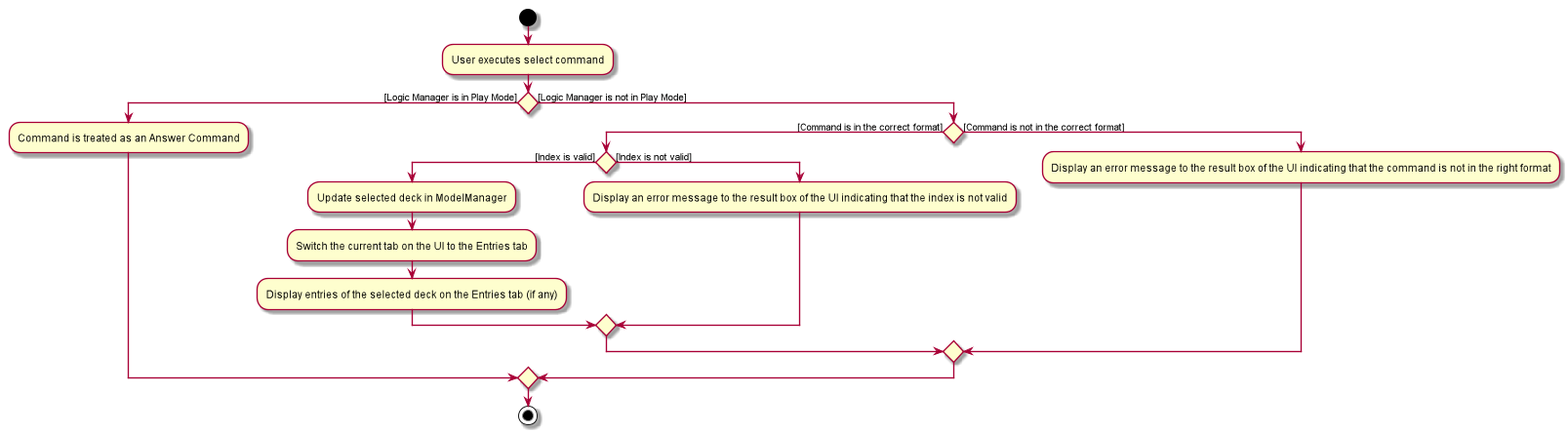
Before: docs/images/SelectActivityDiagram.png, a diagram exported from PlantUML (vigneshbhuvan-nus/tp). Its diagram source:
```plantuml
@startuml
start
:User executes select command;
if() then ([Logic Manager is in Play Mode])
:Command is treated as an Answer Command;
else([Logic Manager is not in Play Mode])
if() then([Command is in the correct format])
if() then([Index is valid])
:Update selected deck in ModelManager;
:Switch the current tab on the UI to the Entries tab;
:Display entries of the selected deck on the Entries tab (if any);
else([Index is not valid])
:Display an error message to the result box of the UI indicating that the index is not valid;
endif
else([Command is not in the correct format])
:Display an error message to the result box of the UI indicating that the command is not in the right format;
endif
endif
stop
@enduml
```
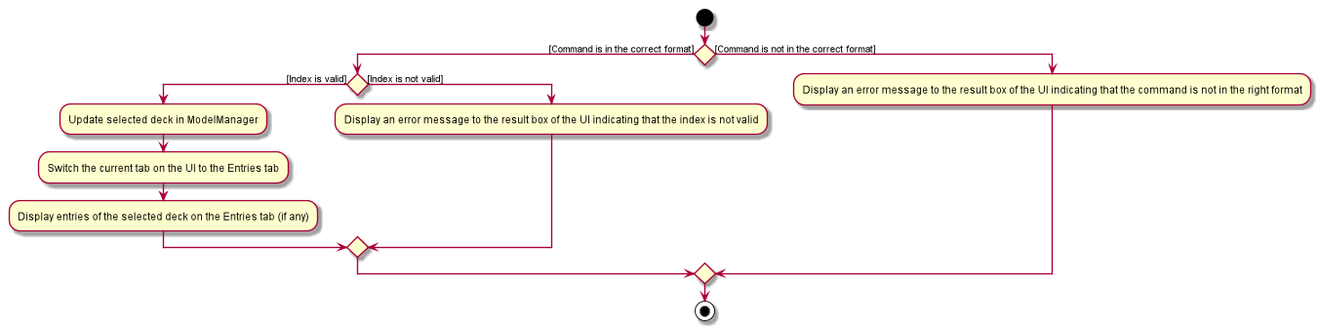
Later version of the same file.

Diff of the diagram source:
```diff
@@ -1,9 +1,5 @@
 @startuml
 start
-:User executes select command;
-if() then ([Logic Manager is in Play Mode])
-:Command is treated as an Answer Command;
-else([Logic Manager is not in Play Mode])
 if() then([Command is in the correct format])
 if() then([Index is valid])
 :Update selected deck in ModelManager;
@@ -15,6 +11,5 @@
 else([Command is not in the correct format])
 :Display an error message to the result box of the UI indicating that the command is not in the right format;
 endif
-endif
 stop
 @enduml
```
